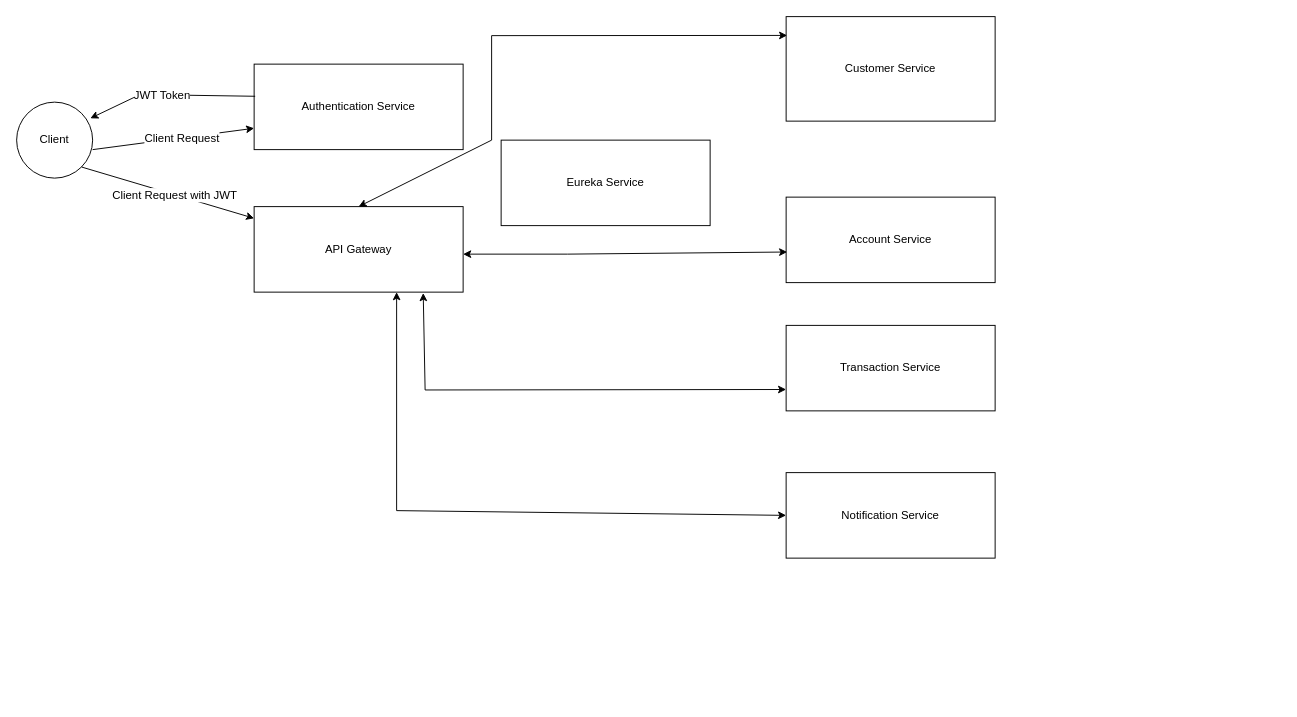
meyash14/MAVPOC keeps this draw.io diagram as Untitled Diagram.drawio. Above is the earlier version. Source tidied: cells renumbered, new cells numbered last; positions are measured from the earlier drawing's top-left corner, leaving out a move shared by most shapes. Both pictures are drawn from the tidied source at 95%, with x=0, y=0 at pixel (16, 16).
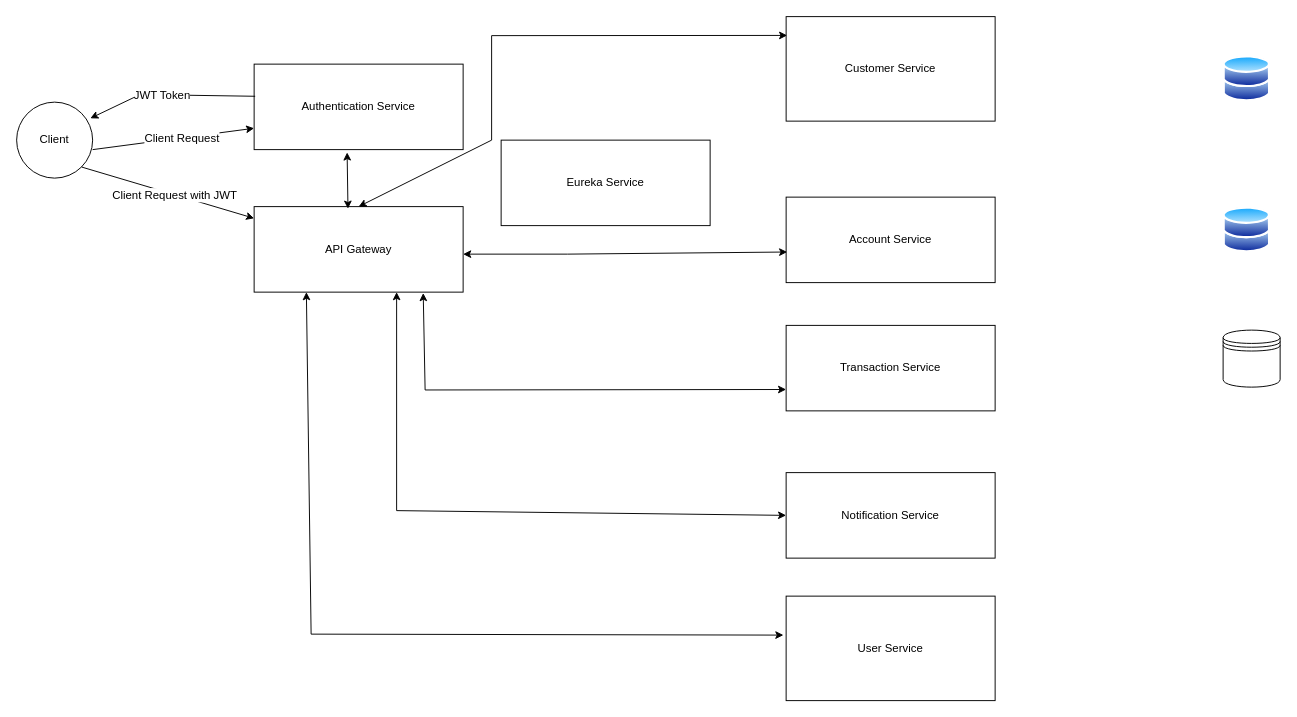
The same diagram, later.

The change refers to these unchanged cells:
```xml
<mxCell id="2" value="Authentication Service" style="rounded=0;whiteSpace=wrap;html=1;" parent="1" vertex="1">
  <mxGeometry x="250" y="50" width="220" height="90" as="geometry" />
</mxCell>
<mxCell id="5" value="API Gateway" style="rounded=0;whiteSpace=wrap;html=1;" parent="1" vertex="1">
  <mxGeometry x="250" y="200" width="220" height="90" as="geometry" />
</mxCell>
```

What changed in the source:
```diff
@@
+    <mxCell id="20" style="image;perimeter=ellipsePerimeter;html=1;align=center;shadow=0;dashed=0;spacingTop=3;image=img/lib/active_directory/databases.svg;" parent="1" vertex="1">
+      <mxGeometry x="1270" y="41" width="50" height="49" as="geometry" />
+    </mxCell>
+    <mxCell id="21" style="shape=datastore;whiteSpace=wrap;html=1;" parent="1" vertex="1">
+      <mxGeometry x="1270" y="330" width="60" height="60" as="geometry" />
+    </mxCell>
+    <mxCell id="22" style="image;perimeter=ellipsePerimeter;html=1;align=center;shadow=0;dashed=0;spacingTop=3;image=img/lib/active_directory/databases.svg;" parent="1" vertex="1">
+      <mxGeometry x="1270" y="200" width="50" height="49" as="geometry" />
+    </mxCell>
+    <mxCell id="23" value="User Service" style="rounded=0;whiteSpace=wrap;html=1;" parent="1" vertex="1">
+      <mxGeometry x="810" y="610" width="220" height="110" as="geometry" />
+    </mxCell>
+    <mxCell id="24" style="endArrow=classic;startArrow=classic;html=1;rounded=0;entryX=-0.013;entryY=0.373;entryDx=0;entryDy=0;exitX=0.25;exitY=1;exitDx=0;exitDy=0;entryPerimeter=0;" parent="1" edge="1" source="5" target="23">
+      <mxGeometry relative="1" as="geometry">
+        <Array as="points">
+          <mxPoint x="310" y="650" />
+        </Array>
+      </mxGeometry>
+    </mxCell>
+    <mxCell id="25" style="endArrow=classic;startArrow=classic;html=1;rounded=0;exitX=0.445;exitY=1.033;exitDx=0;exitDy=0;exitPerimeter=0;entryX=0.449;entryY=0.024;entryDx=0;entryDy=0;entryPerimeter=0;" parent="1" edge="1" source="2" target="5">
+      <mxGeometry relative="1" as="geometry" />
+    </mxCell>
```
